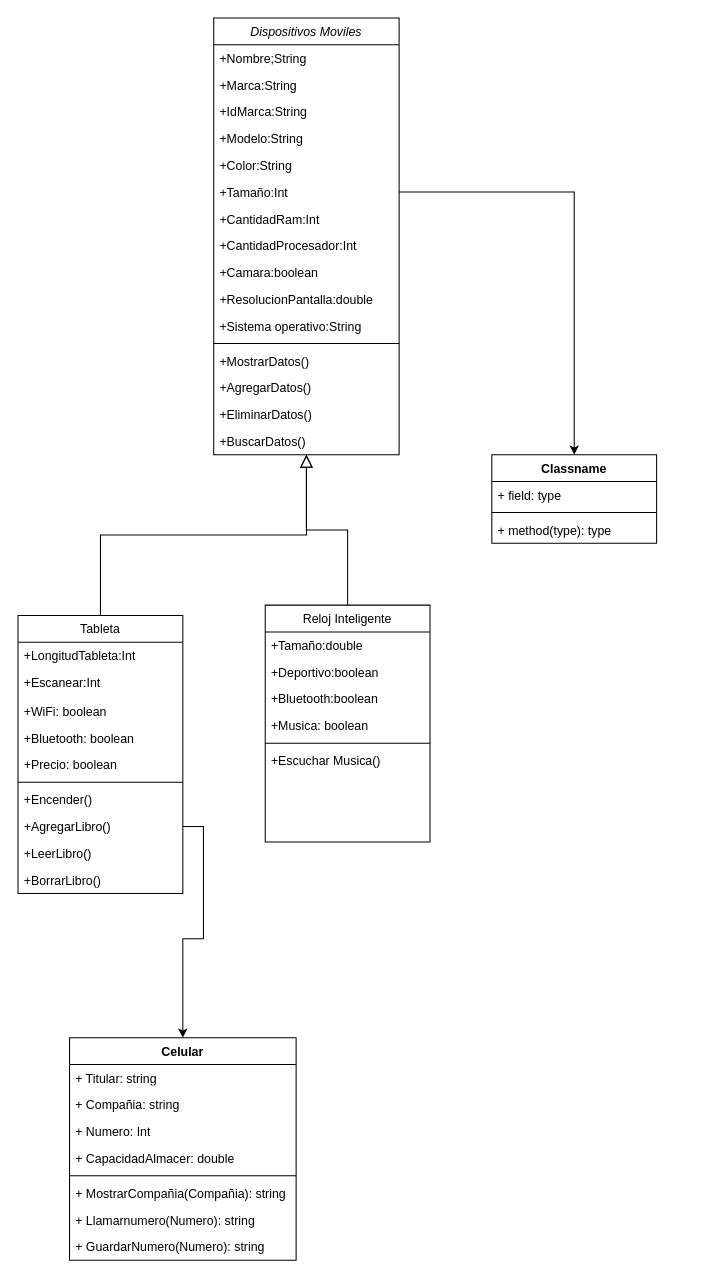
The draw.io diagram Diagrama sin título.drawio in shephard777/proyecto-final, before the edit. Source tidied: cells renumbered, new cells numbered last; positions are measured from the earlier drawing's top-left corner, leaving out a move shared by most shapes. Both pictures are drawn from the tidied source at 103%, with x=0, y=0 at pixel (18, 18).
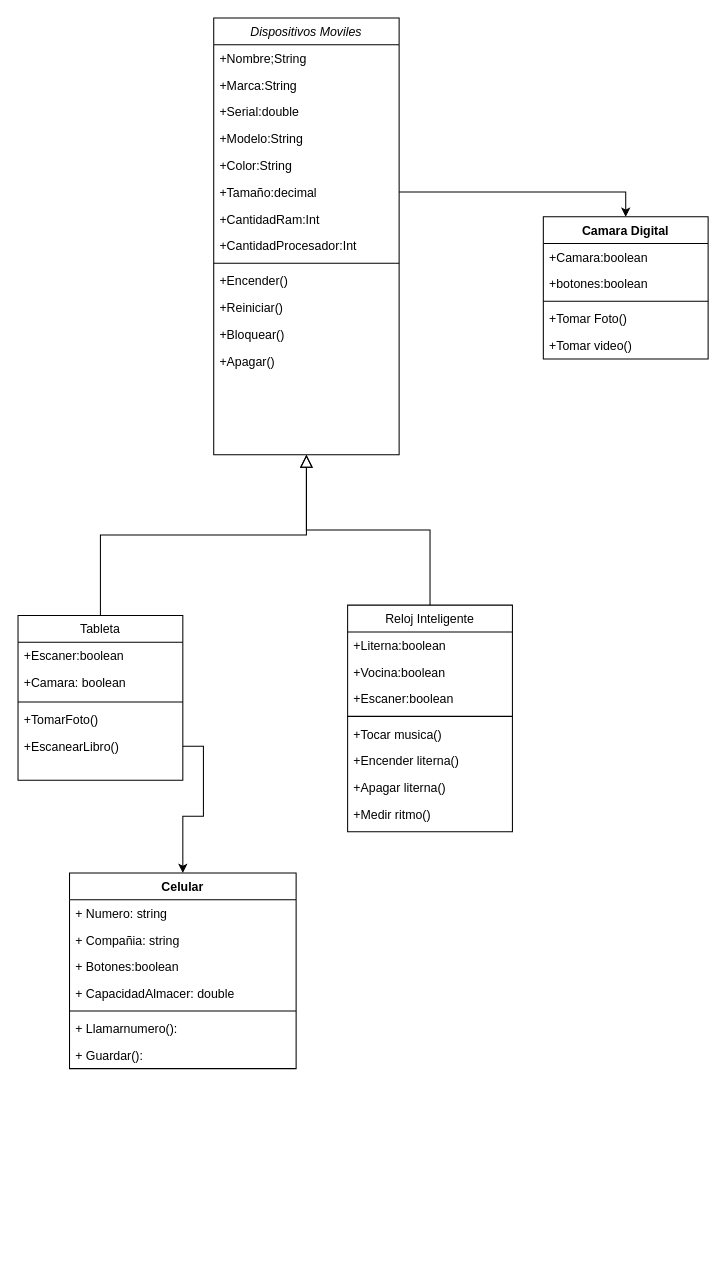
The same diagram, later.

Commit message:
Dispositivo movil 2.drawio

Unchanged cells that the change refers to:
```xml
<mxCell id="2" value="Dispositivos Moviles" style="swimlane;fontStyle=2;align=center;verticalAlign=top;horizontal=1;startSize=26;rounded=0;shadow=0;strokeWidth=1;" parent="1" vertex="1">
  <mxGeometry x="190" width="180" height="424" as="geometry" />
</mxCell>
```

What changed in the source:
```diff
@@
-    <mxCell id="5" value="+IdMarca:String" style="text;align=left;verticalAlign=top;spacingLeft=4;spacingRight=4;overflow=hidden;rounded=0;shadow=0;html=0;" parent="2" vertex="1">
+    <mxCell id="5" value="+Serial:double" style="text;align=left;verticalAlign=top;spacingLeft=4;spacingRight=4;overflow=hidden;rounded=0;shadow=0;html=0;" parent="2" vertex="1">
       <mxGeometry y="78" width="180" height="26" as="geometry" />
     </mxCell>
@@
-    <mxCell id="8" value="+Tamaño:Int" style="text;align=left;verticalAlign=top;spacingLeft=4;spacingRight=4;overflow=hidden;points=[[0,0.5],[1,0.5]];portConstraint=eastwest;rounded=0;shadow=0;html=0;" parent="2" vertex="1">
+    <mxCell id="8" value="+Tamaño:decimal" style="text;align=left;verticalAlign=top;spacingLeft=4;spacingRight=4;overflow=hidden;points=[[0,0.5],[1,0.5]];portConstraint=eastwest;rounded=0;shadow=0;html=0;" parent="2" vertex="1">
       <mxGeometry y="156" width="180" height="26" as="geometry" />
     </mxCell>
@@
-    <mxCell id="11" value="+Camara:boolean" style="text;align=left;verticalAlign=top;spacingLeft=4;spacingRight=4;overflow=hidden;rounded=0;shadow=0;html=0;" parent="2" vertex="1">
-      <mxGeometry y="234" width="180" height="26" as="geometry" />
-    </mxCell>
-    <mxCell id="12" value="+ResolucionPantalla:double" style="text;align=left;verticalAlign=top;spacingLeft=4;spacingRight=4;overflow=hidden;rounded=0;shadow=0;html=0;" parent="2" vertex="1">
-      <mxGeometry y="260" width="180" height="26" as="geometry" />
-    </mxCell>
-    <mxCell id="13" value="+Sistema operativo:String" style="text;align=left;verticalAlign=top;spacingLeft=4;spacingRight=4;overflow=hidden;rounded=0;shadow=0;html=0;" parent="2" vertex="1">
-      <mxGeometry y="286" width="180" height="26" as="geometry" />
-    </mxCell>
     <mxCell id="14" style="line;html=1;strokeWidth=1;align=left;verticalAlign=middle;spacingTop=-1;spacingLeft=3;spacingRight=3;labelPosition=right;" parent="2" vertex="1">
-      <mxGeometry y="312" width="180" height="8" as="geometry" />
+      <mxGeometry y="234" width="180" height="8" as="geometry" />
     </mxCell>
-    <mxCell id="15" value="+MostrarDatos()" style="text;align=left;verticalAlign=top;spacingLeft=4;spacingRight=4;overflow=hidden;" parent="2" vertex="1">
-      <mxGeometry y="320" width="180" height="26" as="geometry" />
+    <mxCell id="15" value="+Encender()" style="text;align=left;verticalAlign=top;spacingLeft=4;spacingRight=4;overflow=hidden;" parent="2" vertex="1">
+      <mxGeometry y="242" width="180" height="26" as="geometry" />
     </mxCell>
-    <mxCell id="16" value="+AgregarDatos()" style="text;align=left;verticalAlign=top;spacingLeft=4;spacingRight=4;overflow=hidden;" parent="2" vertex="1">
-      <mxGeometry y="346" width="180" height="26" as="geometry" />
+    <mxCell id="16" value="+Reiniciar()" style="text;align=left;verticalAlign=top;spacingLeft=4;spacingRight=4;overflow=hidden;" parent="2" vertex="1">
+      <mxGeometry y="268" width="180" height="26" as="geometry" />
     </mxCell>
-    <mxCell id="17" value="+EliminarDatos()" style="text;align=left;verticalAlign=top;spacingLeft=4;spacingRight=4;overflow=hidden;" parent="2" vertex="1">
-      <mxGeometry y="372" width="180" height="26" as="geometry" />
+    <mxCell id="17" value="+Bloquear()" style="text;align=left;verticalAlign=top;spacingLeft=4;spacingRight=4;overflow=hidden;" parent="2" vertex="1">
+      <mxGeometry y="294" width="180" height="26" as="geometry" />
     </mxCell>
-    <mxCell id="18" value="+BuscarDatos()" style="text;align=left;verticalAlign=top;spacingLeft=4;spacingRight=4;overflow=hidden;" parent="2" vertex="1">
-      <mxGeometry y="398" width="180" height="26" as="geometry" />
+    <mxCell id="18" value="+Apagar()" style="text;align=left;verticalAlign=top;spacingLeft=4;spacingRight=4;overflow=hidden;" parent="2" vertex="1">
+      <mxGeometry y="320" width="180" height="26" as="geometry" />
     </mxCell>
     <mxCell id="19" value="Tableta" style="swimlane;fontStyle=0;align=center;verticalAlign=top;horizontal=1;startSize=26;rounded=0;shadow=0;strokeWidth=1;" parent="1" vertex="1">
-      <mxGeometry y="580" width="160" height="270" as="geometry" />
+      <mxGeometry y="580" width="160" height="160" as="geometry" />
     </mxCell>
-    <mxCell id="20" value="+LongitudTableta:Int" style="text;align=left;verticalAlign=top;spacingLeft=4;spacingRight=4;overflow=hidden;" parent="19" vertex="1">
+    <mxCell id="20" value="+Escaner:boolean" style="text;align=left;verticalAlign=top;spacingLeft=4;spacingRight=4;overflow=hidden;" parent="19" vertex="1">
       <mxGeometry y="26" width="160" height="26" as="geometry" />
     </mxCell>
-    <mxCell id="21" value="+Escanear:Int" style="text;align=left;verticalAlign=top;spacingLeft=4;spacingRight=4;overflow=hidden;" parent="19" vertex="1">
+    <mxCell id="21" value="+Camara: boolean" style="text;align=left;verticalAlign=top;spacingLeft=4;spacingRight=4;overflow=hidden;" parent="19" vertex="1">
       <mxGeometry y="52" width="160" height="28" as="geometry" />
     </mxCell>
-    <mxCell id="22" value="+WiFi: boolean" style="text;align=left;verticalAlign=top;spacingLeft=4;spacingRight=4;overflow=hidden;" parent="19" vertex="1">
-      <mxGeometry y="80" width="160" height="26" as="geometry" />
-    </mxCell>
-    <mxCell id="23" value="+Bluetooth: boolean" style="text;align=left;verticalAlign=top;spacingLeft=4;spacingRight=4;overflow=hidden;" parent="19" vertex="1">
-      <mxGeometry y="106" width="160" height="26" as="geometry" />
-    </mxCell>
-    <mxCell id="24" value="+Precio: boolean " style="text;align=left;verticalAlign=top;spacingLeft=4;spacingRight=4;overflow=hidden;" parent="19" vertex="1">
-      <mxGeometry y="132" width="160" height="26" as="geometry" />
-    </mxCell>
     <mxCell id="25" style="line;html=1;strokeWidth=1;align=left;verticalAlign=middle;spacingTop=-1;spacingLeft=3;spacingRight=3;labelPosition=right;" parent="19" vertex="1">
-      <mxGeometry y="158" width="160" height="8" as="geometry" />
+      <mxGeometry y="80" width="160" height="8" as="geometry" />
     </mxCell>
-    <mxCell id="26" value="+Encender()" style="text;align=left;verticalAlign=top;spacingLeft=4;spacingRight=4;overflow=hidden;" parent="19" vertex="1">
-      <mxGeometry y="166" width="160" height="26" as="geometry" />
+    <mxCell id="26" value="+TomarFoto()" style="text;align=left;verticalAlign=top;spacingLeft=4;spacingRight=4;overflow=hidden;" parent="19" vertex="1">
+      <mxGeometry y="88" width="160" height="26" as="geometry" />
     </mxCell>
-    <mxCell id="27" value="+AgregarLibro()" style="text;align=left;verticalAlign=top;spacingLeft=4;spacingRight=4;overflow=hidden;points=[[0,0.5],[1,0.5]];portConstraint=eastwest;" parent="19" vertex="1">
-      <mxGeometry y="192" width="160" height="26" as="geometry" />
+    <mxCell id="27" value="+EscanearLibro()" style="text;align=left;verticalAlign=top;spacingLeft=4;spacingRight=4;overflow=hidden;points=[[0,0.5],[1,0.5]];portConstraint=eastwest;" parent="19" vertex="1">
+      <mxGeometry y="114" width="160" height="26" as="geometry" />
     </mxCell>
-    <mxCell id="28" value="+LeerLibro()" style="text;align=left;verticalAlign=top;spacingLeft=4;spacingRight=4;overflow=hidden;" parent="19" vertex="1">
-      <mxGeometry y="218" width="160" height="26" as="geometry" />
-    </mxCell>
-    <mxCell id="29" value="+BorrarLibro()" style="text;align=left;verticalAlign=top;spacingLeft=4;spacingRight=4;overflow=hidden;" parent="19" vertex="1">
-      <mxGeometry y="244" width="160" height="26" as="geometry" />
-    </mxCell>
@@
     <mxCell id="31" value="Reloj Inteligente" style="swimlane;fontStyle=0;align=center;verticalAlign=top;horizontal=1;startSize=26;rounded=0;shadow=0;strokeWidth=1;" parent="1" vertex="1">
-      <mxGeometry x="240" y="570" width="160" height="230" as="geometry" />
+      <mxGeometry x="320" y="570" width="160" height="220" as="geometry" />
     </mxCell>
-    <mxCell id="32" value="+Tamaño:double" style="text;align=left;verticalAlign=top;spacingLeft=4;spacingRight=4;overflow=hidden;" parent="31" vertex="1">
+    <mxCell id="32" value="+Literna:boolean" style="text;align=left;verticalAlign=top;spacingLeft=4;spacingRight=4;overflow=hidden;" parent="31" vertex="1">
       <mxGeometry y="26" width="160" height="26" as="geometry" />
     </mxCell>
-    <mxCell id="33" value="+Deportivo:boolean" style="text;align=left;verticalAlign=top;spacingLeft=4;spacingRight=4;overflow=hidden;" parent="31" vertex="1">
+    <mxCell id="33" value="+Vocina:boolean" style="text;align=left;verticalAlign=top;spacingLeft=4;spacingRight=4;overflow=hidden;" parent="31" vertex="1">
       <mxGeometry y="52" width="160" height="26" as="geometry" />
     </mxCell>
-    <mxCell id="34" value="+Bluetooth:boolean" style="text;align=left;verticalAlign=top;spacingLeft=4;spacingRight=4;overflow=hidden;" parent="31" vertex="1">
+    <mxCell id="34" value="+Escaner:boolean" style="text;align=left;verticalAlign=top;spacingLeft=4;spacingRight=4;overflow=hidden;" parent="31" vertex="1">
       <mxGeometry y="78" width="160" height="26" as="geometry" />
     </mxCell>
-    <mxCell id="35" value="+Musica: boolean" style="text;align=left;verticalAlign=top;spacingLeft=4;spacingRight=4;overflow=hidden;" parent="31" vertex="1">
-      <mxGeometry y="104" width="160" height="26" as="geometry" />
-    </mxCell>
     <mxCell id="36" style="line;html=1;strokeWidth=1;align=left;verticalAlign=middle;spacingTop=-1;spacingLeft=3;spacingRight=3;labelPosition=right;" parent="31" vertex="1">
-      <mxGeometry y="130" width="160" height="8" as="geometry" />
+      <mxGeometry y="104" width="160" height="8" as="geometry" />
     </mxCell>
+    <mxCell id="54" value="+Tocar musica()" style="text;align=left;verticalAlign=top;spacingLeft=4;spacingRight=4;overflow=hidden;" parent="31" vertex="1">
+      <mxGeometry y="112" width="160" height="26" as="geometry" />
+    </mxCell>
+    <mxCell id="55" value="+Encender literna()" style="text;align=left;verticalAlign=top;spacingLeft=4;spacingRight=4;overflow=hidden;" parent="31" vertex="1">
+      <mxGeometry y="138" width="160" height="26" as="geometry" />
+    </mxCell>
+    <mxCell id="56" value="+Apagar literna()" style="text;align=left;verticalAlign=top;spacingLeft=4;spacingRight=4;overflow=hidden;" parent="31" vertex="1">
+      <mxGeometry y="164" width="160" height="26" as="geometry" />
+    </mxCell>
-    <mxCell id="37" value="+Escuchar Musica()" style="text;align=left;verticalAlign=top;spacingLeft=4;spacingRight=4;overflow=hidden;" parent="31" vertex="1">
-      <mxGeometry y="138" width="160" height="26" as="geometry" />
+    <mxCell id="37" value="+Medir ritmo()" style="text;align=left;verticalAlign=top;spacingLeft=4;spacingRight=4;overflow=hidden;" parent="31" vertex="1">
+      <mxGeometry y="190" width="160" height="30" as="geometry" />
     </mxCell>
@@
     <mxCell id="39" value="Celular" style="swimlane;fontStyle=1;align=center;verticalAlign=top;horizontal=1;startSize=26;whiteSpace=wrap;html=1;" parent="1" vertex="1">
-      <mxGeometry x="50" y="990" width="220" height="216" as="geometry" />
+      <mxGeometry x="50" y="830" width="220" height="190" as="geometry" />
     </mxCell>
-    <mxCell id="40" value="+ Titular: string" style="text;strokeColor=none;fillColor=none;align=left;verticalAlign=top;spacingLeft=4;spacingRight=4;overflow=hidden;whiteSpace=wrap;html=1;" parent="39" vertex="1">
+    <mxCell id="40" value="+ Numero: string" style="text;strokeColor=none;fillColor=none;align=left;verticalAlign=top;spacingLeft=4;spacingRight=4;overflow=hidden;whiteSpace=wrap;html=1;" parent="39" vertex="1">
       <mxGeometry y="26" width="220" height="26" as="geometry" />
     </mxCell>
@@
-    <mxCell id="42" value="+ Numero: Int" style="text;strokeColor=none;fillColor=none;align=left;verticalAlign=top;spacingLeft=4;spacingRight=4;overflow=hidden;whiteSpace=wrap;html=1;" parent="39" vertex="1">
+    <mxCell id="42" value="+ Botones:boolean" style="text;strokeColor=none;fillColor=none;align=left;verticalAlign=top;spacingLeft=4;spacingRight=4;overflow=hidden;whiteSpace=wrap;html=1;" parent="39" vertex="1">
       <mxGeometry y="78" width="220" height="26" as="geometry" />
     </mxCell>
@@
-    <mxCell id="45" value="+ MostrarCompañia(Compañia): string" style="text;strokeColor=none;fillColor=none;align=left;verticalAlign=top;spacingLeft=4;spacingRight=4;overflow=hidden;whiteSpace=wrap;html=1;" parent="39" vertex="1">
-      <mxGeometry y="138" width="220" height="26" as="geometry" />
-    </mxCell>
-    <mxCell id="46" value="+ Llamarnumero(Numero): string" style="text;strokeColor=none;fillColor=none;align=left;verticalAlign=top;spacingLeft=4;spacingRight=4;overflow=hidden;whiteSpace=wrap;html=1;" parent="39" vertex="1">
-      <mxGeometry y="164" width="220" height="26" as="geometry" />
+    <mxCell id="46" value="+ Llamarnumero():&amp;nbsp;" style="text;strokeColor=none;fillColor=none;align=left;verticalAlign=top;spacingLeft=4;spacingRight=4;overflow=hidden;whiteSpace=wrap;html=1;" parent="39" vertex="1">
+      <mxGeometry y="138" width="220" height="26" as="geometry" />
     </mxCell>
-    <mxCell id="47" value="+ GuardarNumero(Numero): string" style="text;strokeColor=none;fillColor=none;align=left;verticalAlign=top;spacingLeft=4;spacingRight=4;overflow=hidden;whiteSpace=wrap;html=1;" parent="39" vertex="1">
-      <mxGeometry y="190" width="220" height="26" as="geometry" />
+    <mxCell id="47" value="+ Guardar():&amp;nbsp;" style="text;strokeColor=none;fillColor=none;align=left;verticalAlign=top;spacingLeft=4;spacingRight=4;overflow=hidden;whiteSpace=wrap;html=1;" parent="39" vertex="1">
+      <mxGeometry y="164" width="220" height="26" as="geometry" />
     </mxCell>
@@
-    <mxCell id="49" value="Classname" style="swimlane;fontStyle=1;align=center;verticalAlign=top;horizontal=1;startSize=26;whiteSpace=wrap;html=1;" parent="1" vertex="1">
-      <mxGeometry x="460" y="424" width="160" height="86" as="geometry" />
-    </mxCell>
-    <mxCell id="50" value="+ field: type" style="text;strokeColor=none;fillColor=none;align=left;verticalAlign=top;spacingLeft=4;spacingRight=4;overflow=hidden;whiteSpace=wrap;html=1;" parent="49" vertex="1">
-      <mxGeometry y="26" width="160" height="26" as="geometry" />
-    </mxCell>
-    <mxCell id="51" style="line;strokeWidth=1;fillColor=none;align=left;verticalAlign=middle;spacingTop=-1;spacingLeft=3;spacingRight=3;labelPosition=right;strokeColor=inherit;" parent="49" vertex="1">
-      <mxGeometry y="52" width="160" height="8" as="geometry" />
-    </mxCell>
-    <mxCell id="52" value="+ method(type): type" style="text;strokeColor=none;fillColor=none;align=left;verticalAlign=top;spacingLeft=4;spacingRight=4;overflow=hidden;whiteSpace=wrap;html=1;" parent="49" vertex="1">
-      <mxGeometry y="60" width="160" height="26" as="geometry" />
-    </mxCell>
-    <mxCell id="53" style="edgeStyle=orthogonalEdgeStyle;rounded=0;jettySize=auto;html=1;exitX=1;exitY=0.5;exitDx=0;exitDy=0;" parent="1" edge="1" source="8" target="49">
-      <mxGeometry relative="1" as="geometry" />
-    </mxCell>
+    <mxCell id="57" value="Camara Digital" style="swimlane;fontStyle=1;align=center;verticalAlign=top;horizontal=1;startSize=26;whiteSpace=wrap;html=1;" parent="1" vertex="1">
+      <mxGeometry x="510" y="193" width="160" height="138" as="geometry" />
+    </mxCell>
+    <mxCell id="11" value="+Camara:boolean" style="text;strokeColor=none;fillColor=none;align=left;verticalAlign=top;spacingLeft=4;spacingRight=4;overflow=hidden;whiteSpace=wrap;html=1;" parent="57" vertex="1">
+      <mxGeometry y="26" width="160" height="26" as="geometry" />
+    </mxCell>
+    <mxCell id="58" value="+botones:boolean" style="text;strokeColor=none;fillColor=none;align=left;verticalAlign=top;spacingLeft=4;spacingRight=4;overflow=hidden;whiteSpace=wrap;html=1;" parent="57" vertex="1">
+      <mxGeometry y="52" width="160" height="26" as="geometry" />
+    </mxCell>
+    <mxCell id="59" style="line;strokeWidth=1;fillColor=none;align=left;verticalAlign=middle;spacingTop=-1;spacingLeft=3;spacingRight=3;labelPosition=right;strokeColor=inherit;" parent="57" vertex="1">
+      <mxGeometry y="78" width="160" height="8" as="geometry" />
+    </mxCell>
+    <mxCell id="60" value="+Tomar Foto()" style="text;strokeColor=none;fillColor=none;align=left;verticalAlign=top;spacingLeft=4;spacingRight=4;overflow=hidden;whiteSpace=wrap;html=1;" parent="57" vertex="1">
+      <mxGeometry y="86" width="160" height="26" as="geometry" />
+    </mxCell>
+    <mxCell id="61" value="+Tomar video()" style="text;strokeColor=none;fillColor=none;align=left;verticalAlign=top;spacingLeft=4;spacingRight=4;overflow=hidden;whiteSpace=wrap;html=1;" parent="57" vertex="1">
+      <mxGeometry y="112" width="160" height="26" as="geometry" />
+    </mxCell>
+    <mxCell id="62" style="edgeStyle=orthogonalEdgeStyle;rounded=0;jettySize=auto;html=1;exitX=1;exitY=0.5;exitDx=0;exitDy=0;entryX=0.5;entryY=0;entryDx=0;entryDy=0;" parent="1" edge="1" source="8" target="57">
+      <mxGeometry relative="1" as="geometry" />
+    </mxCell>
```
